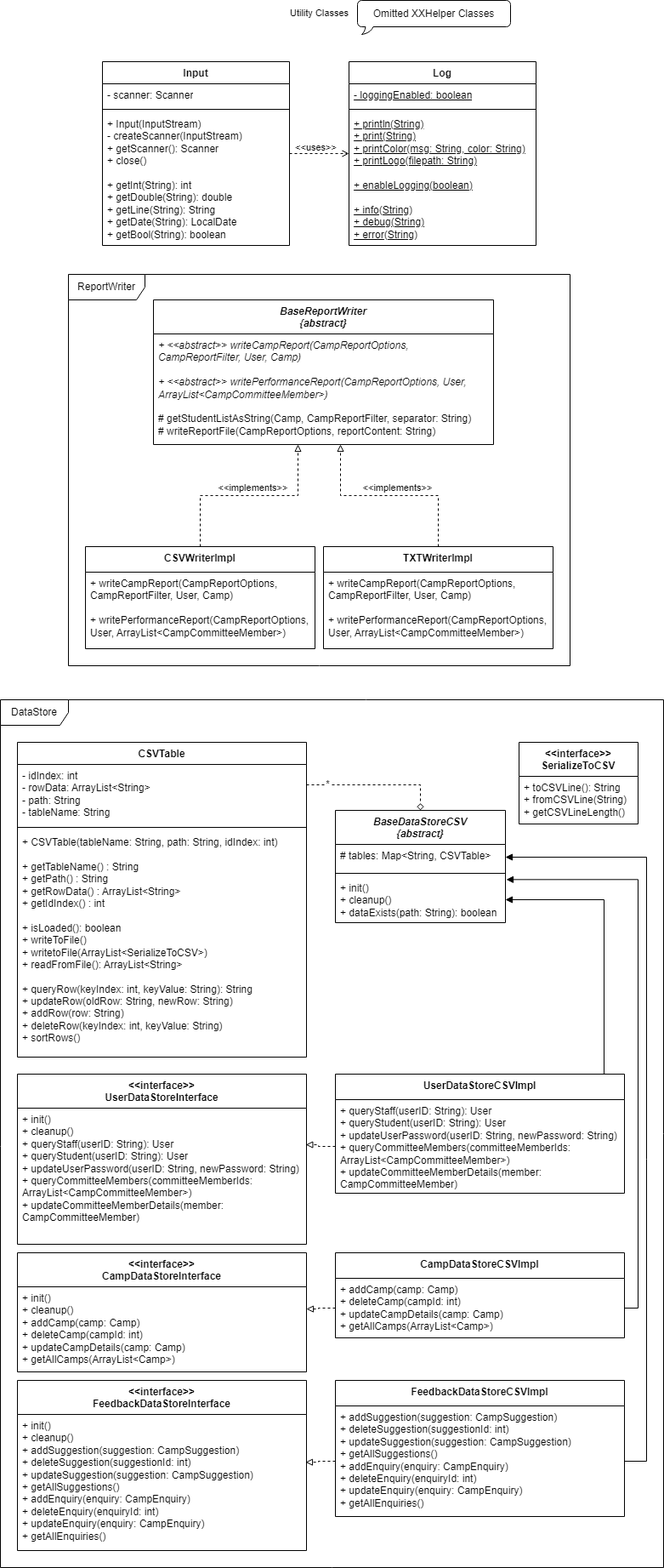
Before: uml_diagram/SC2002 CAMS-utility.drawio.png, a diagram exported from draw.io (tersimdev/java-oop-demo). Source tidied: cells renumbered, new cells last; positions are measured from the earlier drawing's top-left corner, leaving out a move shared by most shapes.
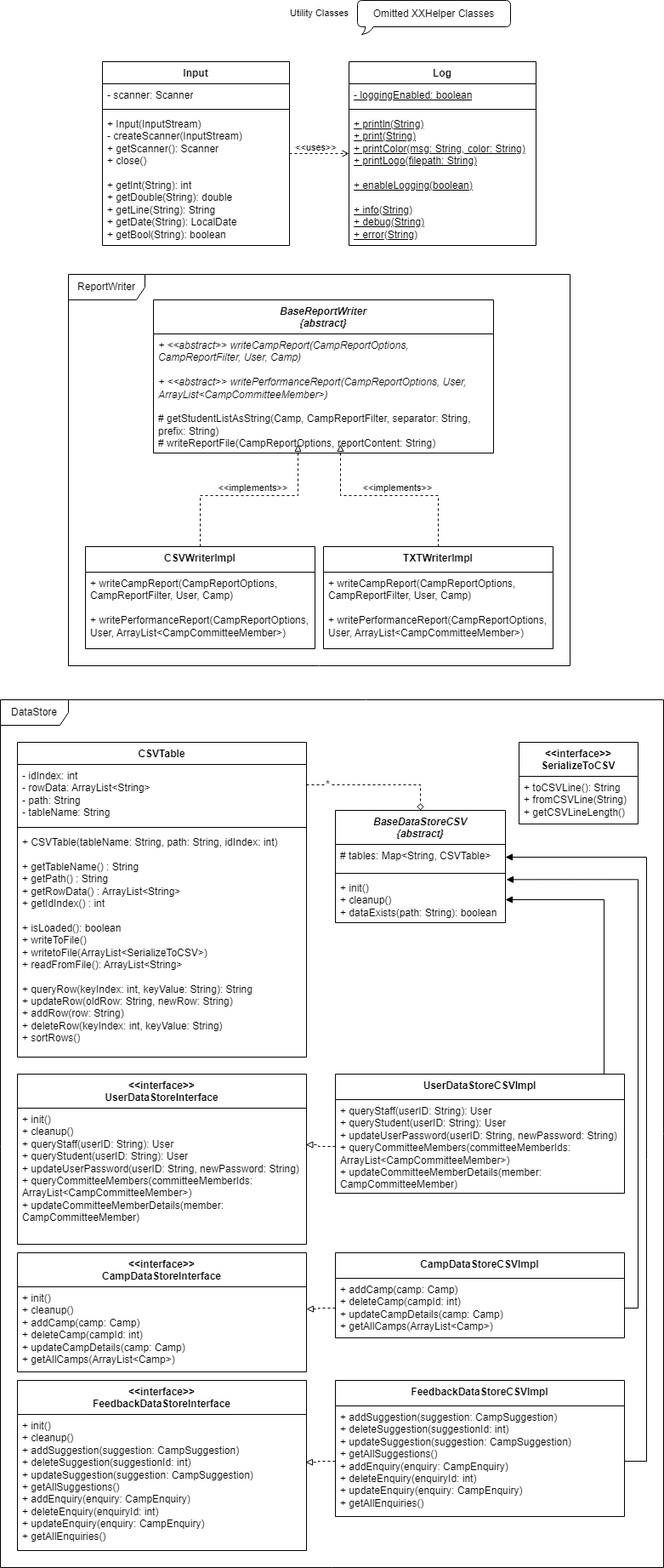
After the change.

Change to the diagram source:
```diff
@@ -53,10 +53,10 @@
       <mxGeometry x="20" y="30" width="550" height="410" as="geometry" />
     </mxCell>
     <mxCell id="18" value="&lt;i&gt;BaseReportWriter&lt;br&gt;&lt;/i&gt;&lt;i&gt;{abstract}&lt;br&gt;&lt;/i&gt;" style="swimlane;fontStyle=1;align=center;verticalAlign=top;horizontal=1;startSize=40;whiteSpace=wrap;html=1;" parent="17" vertex="1">
-      <mxGeometry x="80" width="400" height="170" as="geometry" />
+      <mxGeometry x="80" width="400" height="180" as="geometry" />
     </mxCell>
-    <mxCell id="19" value="&lt;i&gt;+ &amp;lt;&amp;lt;abstract&amp;gt;&amp;gt; writeCampReport(CampReportOptions, CampReportFilter, User, Camp)&amp;nbsp;&lt;br&gt;&lt;br&gt;&lt;/i&gt;&lt;i style=&quot;border-color: var(--border-color);&quot;&gt;+&amp;nbsp;&lt;i style=&quot;border-color: var(--border-color);&quot;&gt;&amp;lt;&amp;lt;abstract&amp;gt;&amp;gt;&amp;nbsp;&lt;/i&gt;writePerformanceReport(CampReportOptions, User, ArrayList&amp;lt;CampCommitteeMember&amp;gt;)&lt;br&gt;&lt;/i&gt;&lt;br&gt;# getStudentListAsString(Camp, CampReportFilter, separator: String)&lt;br&gt;# writeReportFile(CampReportOptions, reportContent: String)" style="text;strokeColor=none;fillColor=none;align=left;verticalAlign=top;spacingLeft=4;spacingRight=4;overflow=hidden;whiteSpace=wrap;html=1;" parent="18" vertex="1">
-      <mxGeometry y="40" width="400" height="130" as="geometry" />
+    <mxCell id="19" value="&lt;i&gt;+ &amp;lt;&amp;lt;abstract&amp;gt;&amp;gt; writeCampReport(CampReportOptions, CampReportFilter, User, Camp)&amp;nbsp;&lt;br&gt;&lt;br&gt;&lt;/i&gt;&lt;i style=&quot;border-color: var(--border-color);&quot;&gt;+&amp;nbsp;&lt;i style=&quot;border-color: var(--border-color);&quot;&gt;&amp;lt;&amp;lt;abstract&amp;gt;&amp;gt;&amp;nbsp;&lt;/i&gt;writePerformanceReport(CampReportOptions, User, ArrayList&amp;lt;CampCommitteeMember&amp;gt;)&lt;br&gt;&lt;/i&gt;&lt;br&gt;# getStudentListAsString(Camp, CampReportFilter, separator: String, prefix: String)&lt;br&gt;# writeReportFile(CampReportOptions, reportContent: String)" style="text;strokeColor=none;fillColor=none;align=left;verticalAlign=top;spacingLeft=4;spacingRight=4;overflow=hidden;whiteSpace=wrap;html=1;" parent="18" vertex="1">
+      <mxGeometry y="40" width="400" height="140" as="geometry" />
     </mxCell>
     <mxCell id="20" style="group;" parent="17" vertex="1">
       <mxGeometry y="230" width="550" height="180" as="geometry" />
```
